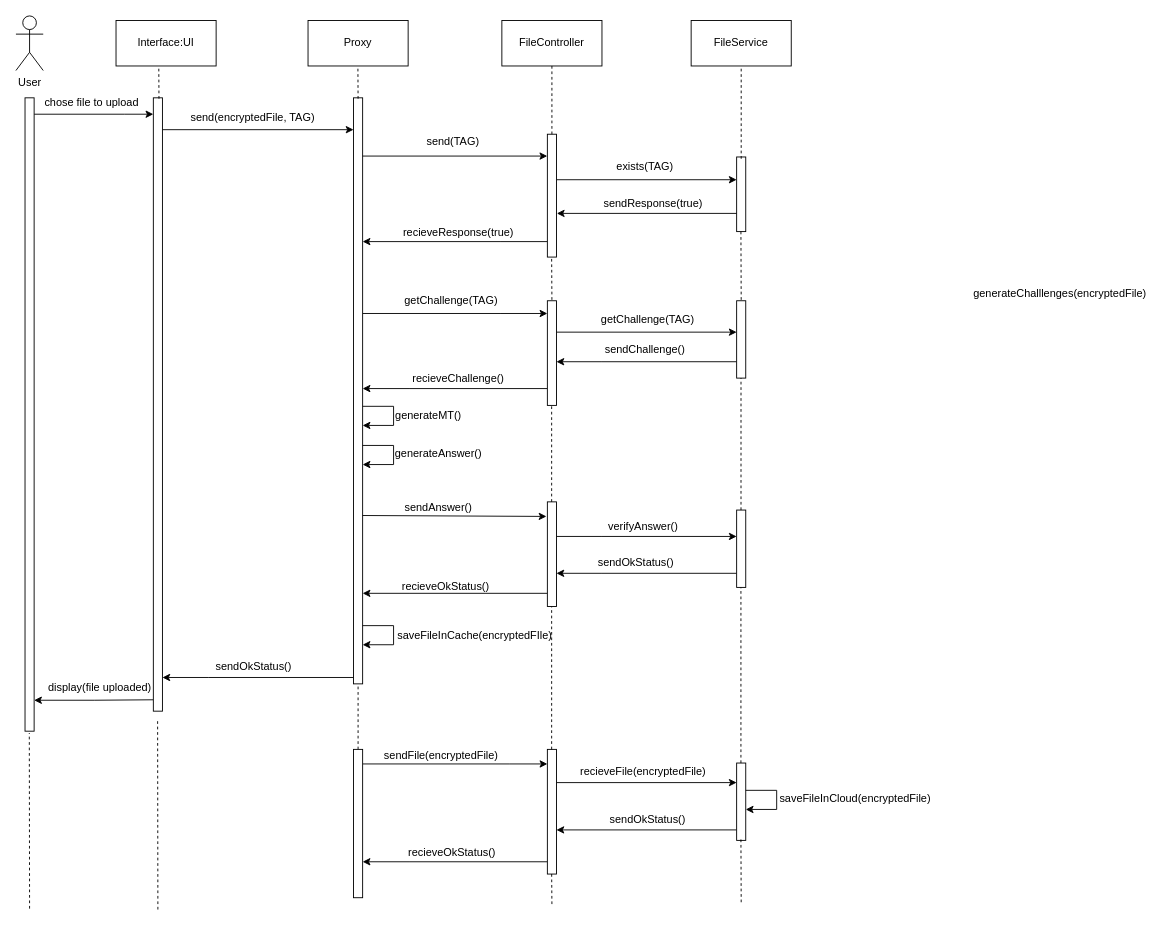
This is sd_fisier_exista.drawio from jipi2/SecureDataDeduplication, a draw.io file, before an edit. Source tidied: cells renumbered, new cells numbered last; positions are measured from the earlier drawing's top-left corner, leaving out a move shared by most shapes. Both pictures are drawn from the tidied source at 91%, with x=0, y=0 at pixel (15, 15).
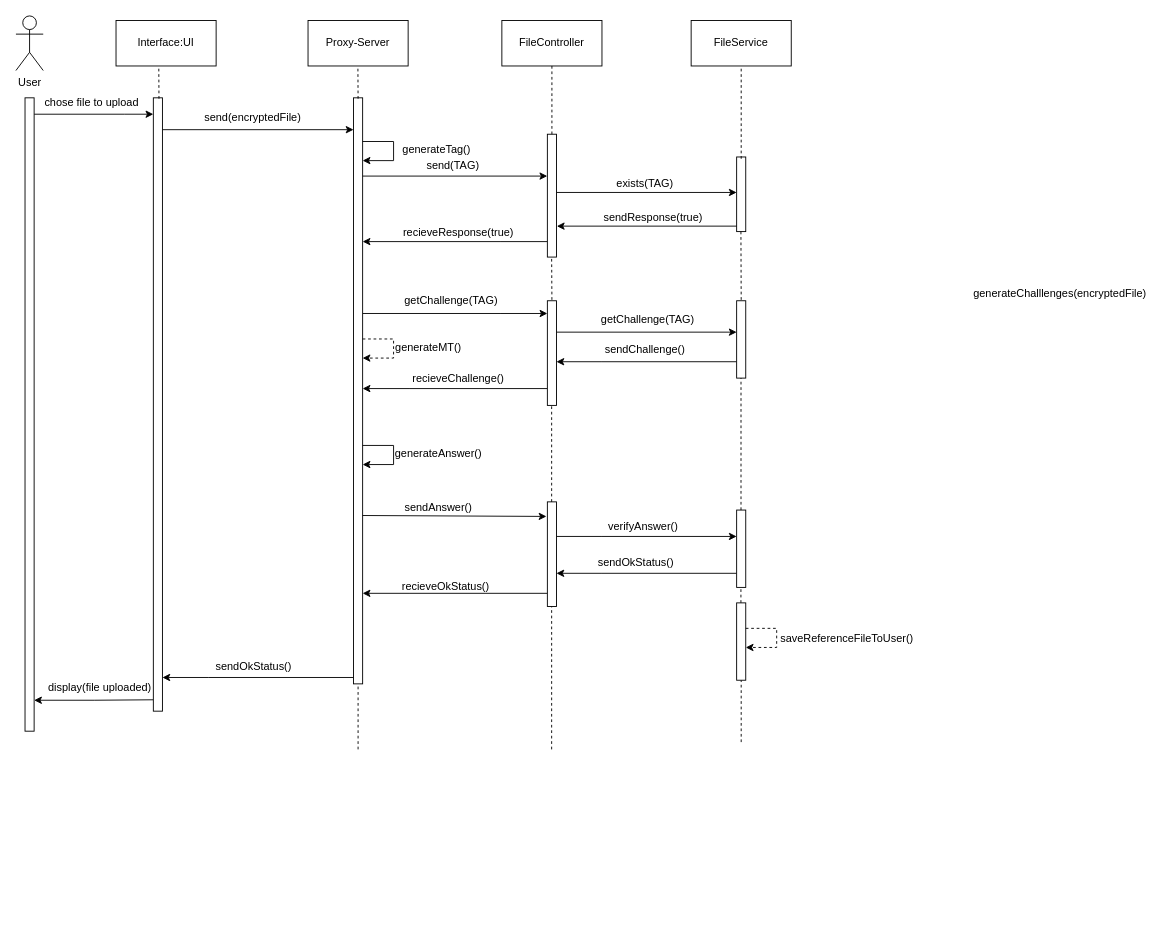
The same page after the edit.

Change to the diagram source:
```diff
@@
-    <mxCell id="4" value="Proxy" style="html=1;whiteSpace=wrap;" parent="1" vertex="1">
+    <mxCell id="4" value="Proxy-Server" style="html=1;whiteSpace=wrap;" parent="1" vertex="1">
       <mxGeometry x="321" y="5" width="110" height="50" as="geometry" />
     </mxCell>
@@
-    <mxCell id="16" value="send(encryptedFile, TAG)" style="text;html=1;align=center;verticalAlign=middle;strokeColor=none;fillColor=none;" parent="1" vertex="1">
-      <mxGeometry x="183" y="99" width="154" height="26" as="geometry" />
+    <mxCell id="16" value="send(encryptedFile)" style="text;html=1;align=center;verticalAlign=middle;strokeColor=none;fillColor=none;" parent="1" vertex="1">
+      <mxGeometry x="198" y="99" width="124" height="26" as="geometry" />
     </mxCell>
     <mxCell id="17" style="edgeStyle=orthogonalEdgeStyle;rounded=0;orthogonalLoop=1;jettySize=auto;html=1;curved=0;" parent="1" edge="1">
       <mxGeometry relative="1" as="geometry">
-        <mxPoint x="594" y="180" as="sourcePoint" />
-        <mxPoint x="792" y="180" as="targetPoint" />
+        <mxPoint x="594" y="194" as="sourcePoint" />
+        <mxPoint x="792" y="194" as="targetPoint" />
       </mxGeometry>
     </mxCell>
@@
     <mxCell id="20" style="edgeStyle=orthogonalEdgeStyle;rounded=0;orthogonalLoop=1;jettySize=auto;html=1;curved=0;entryX=-0.005;entryY=0.5;entryDx=0;entryDy=0;entryPerimeter=0;" parent="1" edge="1">
       <mxGeometry relative="1" as="geometry">
-        <mxPoint x="381" y="154" as="sourcePoint" />
-        <mxPoint x="583.9" y="154" as="targetPoint" />
+        <mxPoint x="381" y="176" as="sourcePoint" />
+        <mxPoint x="583.9" y="176" as="targetPoint" />
       </mxGeometry>
     </mxCell>
     <mxCell id="21" value="send(TAG)" style="text;html=1;align=center;verticalAlign=middle;strokeColor=none;fillColor=none;" parent="1" vertex="1">
-      <mxGeometry x="442" y="125" width="76" height="26" as="geometry" />
+      <mxGeometry x="442" y="152" width="76" height="26" as="geometry" />
     </mxCell>
@@
     <mxCell id="23" value="exists(TAG)" style="text;html=1;align=center;verticalAlign=middle;strokeColor=none;fillColor=none;" parent="1" vertex="1">
-      <mxGeometry x="651" y="153" width="80" height="26" as="geometry" />
+      <mxGeometry x="651" y="172" width="80" height="26" as="geometry" />
     </mxCell>
     <mxCell id="24" style="edgeStyle=orthogonalEdgeStyle;rounded=0;orthogonalLoop=1;jettySize=auto;html=1;curved=0;entryX=1.043;entryY=0.5;entryDx=0;entryDy=0;entryPerimeter=0;" parent="1" edge="1">
       <mxGeometry relative="1" as="geometry">
-        <mxPoint x="792" y="217" as="sourcePoint" />
-        <mxPoint x="594.4" y="217" as="targetPoint" />
+        <mxPoint x="792" y="231" as="sourcePoint" />
+        <mxPoint x="594.4" y="231" as="targetPoint" />
       </mxGeometry>
     </mxCell>
     <mxCell id="25" value="sendResponse(true)" style="text;html=1;align=center;verticalAlign=middle;strokeColor=none;fillColor=none;" parent="1" vertex="1">
-      <mxGeometry x="636" y="193" width="127" height="26" as="geometry" />
+      <mxGeometry x="636" y="209" width="127" height="26" as="geometry" />
     </mxCell>
@@
-    <mxCell id="28" style="endArrow=classic;html=1;rounded=0;" parent="1" edge="1">
+    <mxCell id="28" style="endArrow=classic;html=1;rounded=0;dashed=1;" parent="1" edge="1">
       <mxGeometry relative="1" as="geometry">
-        <mxPoint x="381" y="429" as="sourcePoint" />
-        <mxPoint x="381" y="450" as="targetPoint" />
+        <mxPoint x="381" y="355" as="sourcePoint" />
+        <mxPoint x="381" y="376" as="targetPoint" />
         <Array as="points">
-          <mxPoint x="415" y="429" />
-          <mxPoint x="415" y="450" />
+          <mxPoint x="415" y="355" />
+          <mxPoint x="415" y="376" />
         </Array>
       </mxGeometry>
     </mxCell>
@@
-    <mxCell id="30" style="endArrow=classic;html=1;rounded=0;" parent="1" edge="1">
-      <mxGeometry relative="1" as="geometry">
-        <mxPoint x="381" y="670" as="sourcePoint" />
-        <mxPoint x="381" y="691" as="targetPoint" />
-        <Array as="points">
-          <mxPoint x="415" y="670" />
-          <mxPoint x="415" y="691" />
-        </Array>
-      </mxGeometry>
-    </mxCell>
-    <mxCell id="31" value="saveFileInCache(encryptedFIle)" style="text;html=1;align=center;verticalAlign=middle;strokeColor=none;fillColor=none;" parent="1" vertex="1">
-      <mxGeometry x="409.5" y="668" width="188" height="26" as="geometry" />
-    </mxCell>
@@
     <mxCell id="47" value="generateMT()" style="text;html=1;align=center;verticalAlign=middle;strokeColor=none;fillColor=none;" parent="1" vertex="1">
-      <mxGeometry x="407" y="426" width="91" height="26" as="geometry" />
+      <mxGeometry x="407" y="352" width="91" height="26" as="geometry" />
     </mxCell>
@@
-    <mxCell id="62" style="endArrow=none;dashed=1;html=1;rounded=0;" parent="1" edge="1" source="64">
+    <mxCell id="62" style="endArrow=none;dashed=1;html=1;rounded=0;" parent="1" edge="1">
       <mxGeometry relative="1" as="geometry">
+        <mxPoint x="376" y="806" as="sourcePoint" />
         <mxPoint x="376" y="734" as="targetPoint" />
       </mxGeometry>
     </mxCell>
-    <mxCell id="63" style="edgeStyle=orthogonalEdgeStyle;rounded=0;jettySize=auto;html=1;curved=0;" parent="1" edge="1" source="64" target="67">
-      <mxGeometry relative="1" as="geometry">
-        <Array as="points">
-          <mxPoint x="542" y="822" />
-          <mxPoint x="542" y="822" />
-        </Array>
-      </mxGeometry>
-    </mxCell>
-    <mxCell id="64" style="html=1;points=[[0,0,0,0,5],[0,1,0,0,-5],[1,0,0,0,5],[1,1,0,0,-5]];perimeter=orthogonalPerimeter;outlineConnect=0;targetShapes=umlLifeline;portConstraint=eastwest;newEdgeStyle={&quot;curved&quot;:0,&quot;rounded&quot;:0};" parent="1" vertex="1">
-      <mxGeometry x="371" y="806" width="10" height="163" as="geometry" />
-    </mxCell>
-    <mxCell id="65" style="edgeStyle=orthogonalEdgeStyle;rounded=0;orthogonalLoop=1;jettySize=auto;html=1;curved=0;" parent="1" edge="1">
-      <mxGeometry relative="1" as="geometry">
-        <mxPoint x="594" y="842.5" as="sourcePoint" />
-        <mxPoint x="792" y="842.5" as="targetPoint" />
-      </mxGeometry>
-    </mxCell>
-    <mxCell id="66" style="edgeStyle=orthogonalEdgeStyle;rounded=0;orthogonalLoop=1;jettySize=auto;html=1;curved=0;" parent="1" edge="1">
-      <mxGeometry relative="1" as="geometry">
-        <mxPoint x="584" y="929.5" as="sourcePoint" />
-        <mxPoint x="381" y="929.5" as="targetPoint" />
-        <Array as="points">
-          <mxPoint x="432" y="929" />
-          <mxPoint x="432" y="929" />
-        </Array>
-      </mxGeometry>
-    </mxCell>
-    <mxCell id="67" style="html=1;points=[[0,0,0,0,5],[0,1,0,0,-5],[1,0,0,0,5],[1,1,0,0,-5]];perimeter=orthogonalPerimeter;outlineConnect=0;targetShapes=umlLifeline;portConstraint=eastwest;newEdgeStyle={&quot;curved&quot;:0,&quot;rounded&quot;:0};" parent="1" vertex="1">
-      <mxGeometry x="584" y="806" width="10" height="137" as="geometry" />
-    </mxCell>
-    <mxCell id="68" style="endArrow=none;dashed=1;html=1;rounded=0;entryX=0.5;entryY=1;entryDx=0;entryDy=0;" parent="1" edge="1" source="67">
+    <mxCell id="68" style="endArrow=none;dashed=1;html=1;rounded=0;entryX=0.5;entryY=1;entryDx=0;entryDy=0;" parent="1" edge="1">
       <mxGeometry relative="1" as="geometry">
+        <mxPoint x="588.7" y="806" as="sourcePoint" />
         <mxPoint x="588.7" y="649" as="targetPoint" />
       </mxGeometry>
     </mxCell>
-    <mxCell id="69" value="sendFile(encryptedFile)" style="text;html=1;align=center;verticalAlign=middle;strokeColor=none;fillColor=none;" parent="1" vertex="1">
-      <mxGeometry x="395" y="800" width="143" height="26" as="geometry" />
-    </mxCell>
-    <mxCell id="70" style="edgeStyle=orthogonalEdgeStyle;rounded=0;orthogonalLoop=1;jettySize=auto;html=1;curved=0;" parent="1" edge="1">
-      <mxGeometry relative="1" as="geometry">
-        <mxPoint x="792" y="894.5" as="sourcePoint" />
-        <mxPoint x="594" y="894.5" as="targetPoint" />
-      </mxGeometry>
-    </mxCell>
-    <mxCell id="71" style="html=1;points=[[0,0,0,0,5],[0,1,0,0,-5],[1,0,0,0,5],[1,1,0,0,-5]];perimeter=orthogonalPerimeter;outlineConnect=0;targetShapes=umlLifeline;portConstraint=eastwest;newEdgeStyle={&quot;curved&quot;:0,&quot;rounded&quot;:0};" parent="1" vertex="1">
-      <mxGeometry x="792" y="821" width="10" height="85" as="geometry" />
-    </mxCell>
-    <mxCell id="72" style="endArrow=none;dashed=1;html=1;rounded=0;entryX=0.5;entryY=1;entryDx=0;entryDy=0;" parent="1" edge="1" source="71">
+    <mxCell id="72" style="endArrow=none;dashed=1;html=1;rounded=0;entryX=0.5;entryY=1;entryDx=0;entryDy=0;" parent="1" edge="1" source="86">
       <mxGeometry relative="1" as="geometry">
         <mxPoint x="796.7" y="628" as="targetPoint" />
       </mxGeometry>
     </mxCell>
-    <mxCell id="73" value="recieveFile(encryptedFile)" style="text;html=1;align=center;verticalAlign=middle;strokeColor=none;fillColor=none;" parent="1" vertex="1">
-      <mxGeometry x="610.5" y="818" width="156" height="26" as="geometry" />
-    </mxCell>
-    <mxCell id="74" style="endArrow=classic;html=1;rounded=0;" parent="1" edge="1">
-      <mxGeometry relative="1" as="geometry">
-        <mxPoint x="802" y="851" as="sourcePoint" />
-        <mxPoint x="802" y="872" as="targetPoint" />
-        <Array as="points">
-          <mxPoint x="836" y="851" />
-          <mxPoint x="836" y="872" />
-        </Array>
-      </mxGeometry>
-    </mxCell>
-    <mxCell id="75" value="saveFileInCloud(encryptedFile)" style="text;html=1;align=center;verticalAlign=middle;strokeColor=none;fillColor=none;" parent="1" vertex="1">
-      <mxGeometry x="830" y="847" width="184" height="26" as="geometry" />
-    </mxCell>
-    <mxCell id="76" value="sendOkStatus()" style="text;html=1;align=center;verticalAlign=middle;strokeColor=none;fillColor=none;" parent="1" vertex="1">
-      <mxGeometry x="643.5" y="870" width="101" height="26" as="geometry" />
-    </mxCell>
@@
-    <mxCell id="78" value="recieveOkStatus()" style="text;html=1;align=center;verticalAlign=middle;strokeColor=none;fillColor=none;" parent="1" vertex="1">
-      <mxGeometry x="422" y="907" width="114" height="26" as="geometry" />
-    </mxCell>
-    <mxCell id="79" style="endArrow=none;dashed=1;html=1;rounded=0;" parent="1" edge="1">
-      <mxGeometry relative="1" as="geometry">
-        <mxPoint x="15" y="981" as="sourcePoint" />
-        <mxPoint x="14.7" y="788" as="targetPoint" />
-      </mxGeometry>
-    </mxCell>
-    <mxCell id="80" style="endArrow=none;dashed=1;html=1;rounded=0;" parent="1" edge="1">
-      <mxGeometry relative="1" as="geometry">
-        <mxPoint x="156" y="982" as="sourcePoint" />
-        <mxPoint x="155.7" y="772" as="targetPoint" />
-      </mxGeometry>
-    </mxCell>
-    <mxCell id="81" style="endArrow=none;dashed=1;html=1;rounded=0;" parent="1" edge="1">
-      <mxGeometry relative="1" as="geometry">
-        <mxPoint x="589" y="976" as="sourcePoint" />
-        <mxPoint x="588.7" y="940" as="targetPoint" />
-      </mxGeometry>
-    </mxCell>
-    <mxCell id="82" style="endArrow=none;dashed=1;html=1;rounded=0;" parent="1" edge="1">
-      <mxGeometry relative="1" as="geometry">
-        <mxPoint x="797" y="974" as="sourcePoint" />
-        <mxPoint x="796.7" y="902" as="targetPoint" />
-      </mxGeometry>
-    </mxCell>
+    <mxCell id="83" style="endArrow=classic;html=1;rounded=0;" parent="1" edge="1">
+      <mxGeometry relative="1" as="geometry">
+        <mxPoint x="381" y="138" as="sourcePoint" />
+        <mxPoint x="381" y="159" as="targetPoint" />
+        <Array as="points">
+          <mxPoint x="415" y="138" />
+          <mxPoint x="415" y="159" />
+        </Array>
+      </mxGeometry>
+    </mxCell>
+    <mxCell id="84" value="generateTag()" style="text;html=1;align=center;verticalAlign=middle;strokeColor=none;fillColor=none;" parent="1" vertex="1">
+      <mxGeometry x="415" y="134" width="93" height="26" as="geometry" />
+    </mxCell>
+    <mxCell id="85" style="endArrow=none;dashed=1;html=1;rounded=0;entryX=0.5;entryY=1;entryDx=0;entryDy=0;" parent="1" edge="1" target="86">
+      <mxGeometry relative="1" as="geometry">
+        <mxPoint x="797" y="798" as="sourcePoint" />
+      </mxGeometry>
+    </mxCell>
+    <mxCell id="86" style="html=1;points=[[0,0,0,0,5],[0,1,0,0,-5],[1,0,0,0,5],[1,1,0,0,-5]];perimeter=orthogonalPerimeter;outlineConnect=0;targetShapes=umlLifeline;portConstraint=eastwest;newEdgeStyle={&quot;curved&quot;:0,&quot;rounded&quot;:0};" parent="1" vertex="1">
+      <mxGeometry x="792" y="645" width="10" height="85" as="geometry" />
+    </mxCell>
+    <mxCell id="87" style="endArrow=classic;html=1;rounded=0;dashed=1;" parent="1" edge="1">
+      <mxGeometry relative="1" as="geometry">
+        <mxPoint x="802" y="673" as="sourcePoint" />
+        <mxPoint x="802" y="694" as="targetPoint" />
+        <Array as="points">
+          <mxPoint x="836" y="673" />
+          <mxPoint x="836" y="694" />
+        </Array>
+      </mxGeometry>
+    </mxCell>
+    <mxCell id="88" value="saveReferenceFileToUser()" style="text;html=1;align=center;verticalAlign=middle;strokeColor=none;fillColor=none;" parent="1" vertex="1">
+      <mxGeometry x="831" y="671" width="164" height="26" as="geometry" />
+    </mxCell>
```
